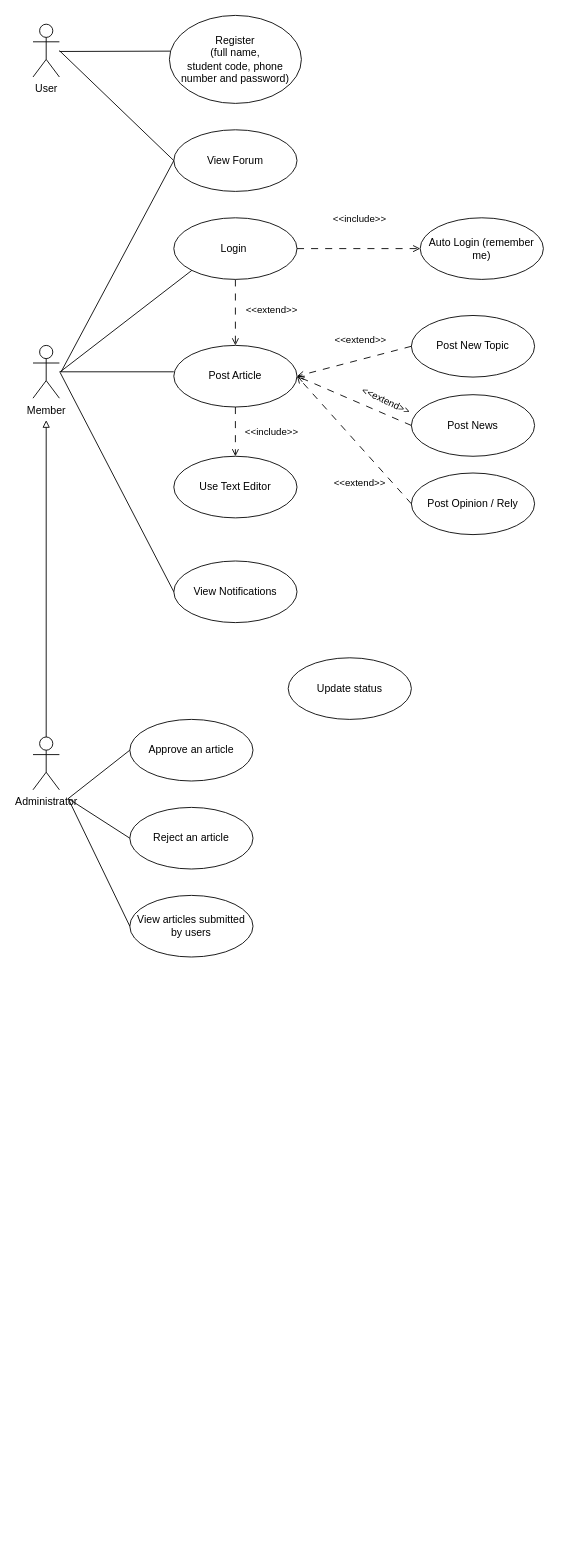
This is Lab1_UseCase_diagram.drawio from zombieTDV/Software-Engineer-Team1-Repo, a draw.io file, before an edit. Source tidied: cells renumbered, new cells numbered last; positions are measured from the earlier drawing's top-left corner, leaving out a move shared by most shapes. Both pictures are drawn from the tidied source at 88%, with x=0, y=0 at pixel (33, 15).
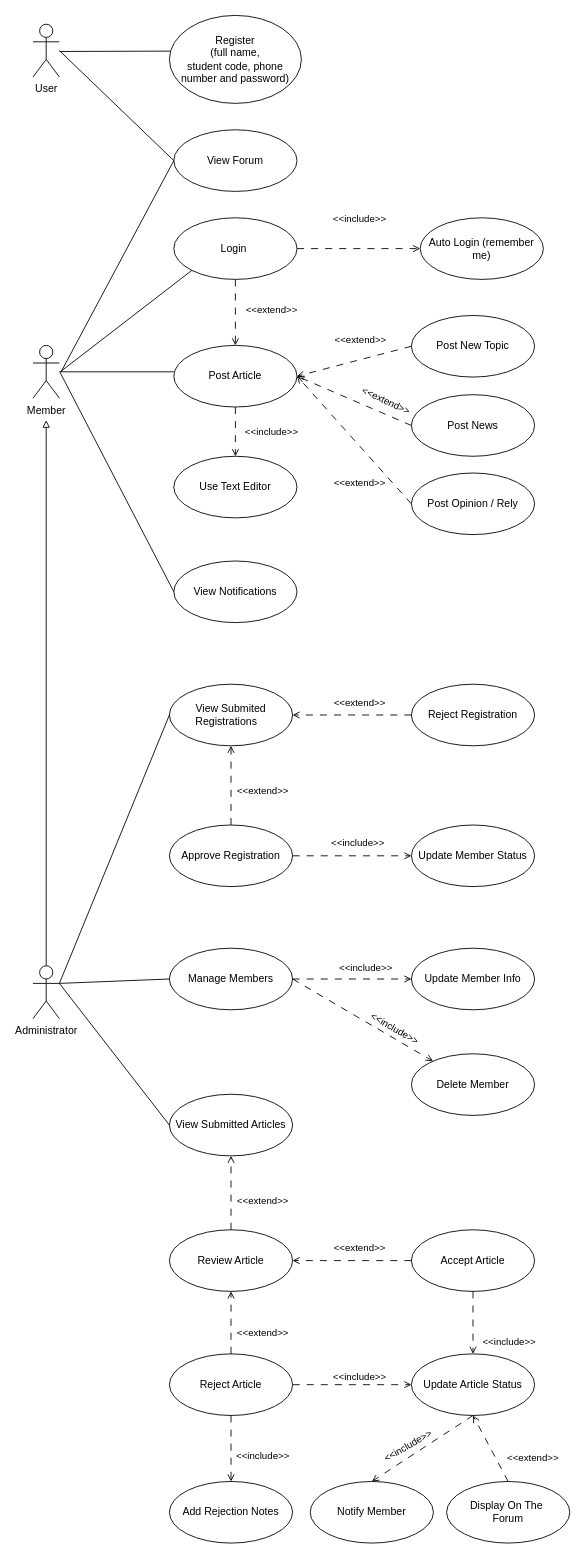
The same diagram, later.

Commit message (it also covers changes not shown here):
feat (Admin): View Submited Registrations, Manage Members, View Submitted Articles

The edit, as a diff of the source:
```diff
@@
     <mxCell id="14" value="Administrator" style="shape=umlActor;verticalLabelPosition=bottom;verticalAlign=top;html=1;" parent="1" vertex="1">
-      <mxGeometry y="820" width="30" height="60" as="geometry" />
+      <mxGeometry y="1080" width="30" height="60" as="geometry" />
     </mxCell>
-    <mxCell id="15" value="Approve an article" style="ellipse;whiteSpace=wrap;html=1;" parent="1" vertex="1">
-      <mxGeometry x="110" y="800" width="140" height="70" as="geometry" />
-    </mxCell>
-    <mxCell id="16" value="Reject an article" style="ellipse;whiteSpace=wrap;html=1;" parent="1" vertex="1">
-      <mxGeometry x="110" y="900" width="140" height="70" as="geometry" />
-    </mxCell>
-    <mxCell id="17" style="endArrow=none;html=1;rounded=0;entryX=0;entryY=0.5;entryDx=0;entryDy=0;" parent="1" edge="1" target="16">
-      <mxGeometry relative="1" as="geometry">
-        <mxPoint x="40" y="890" as="sourcePoint" />
-      </mxGeometry>
-    </mxCell>
-    <mxCell id="18" value="View articles submitted by users" style="ellipse;whiteSpace=wrap;html=1;" parent="1" vertex="1">
-      <mxGeometry x="110" y="1000" width="140" height="70" as="geometry" />
+    <mxCell id="18" value="View Submitted Articles" style="ellipse;whiteSpace=wrap;html=1;" parent="1" vertex="1">
+      <mxGeometry x="155" y="1226" width="140" height="70" as="geometry" />
     </mxCell>
-    <mxCell id="19" style="endArrow=none;html=1;rounded=0;entryX=0;entryY=0.5;entryDx=0;entryDy=0;" parent="1" edge="1" target="15">
-      <mxGeometry relative="1" as="geometry">
-        <mxPoint x="40" y="890" as="sourcePoint" />
-      </mxGeometry>
-    </mxCell>
-    <mxCell id="20" value="Update status" style="ellipse;whiteSpace=wrap;html=1;" parent="1" vertex="1">
-      <mxGeometry x="290" y="730" width="140" height="70" as="geometry" />
+    <mxCell id="20" value="Update Member Status" style="ellipse;whiteSpace=wrap;html=1;" parent="1" vertex="1">
+      <mxGeometry x="430" y="920" width="140" height="70" as="geometry" />
     </mxCell>
-    <mxCell id="21" style="endArrow=none;html=1;rounded=0;entryX=0;entryY=0.5;entryDx=0;entryDy=0;" parent="1" edge="1">
-      <mxGeometry relative="1" as="geometry">
-        <mxPoint x="40" y="890" as="sourcePoint" />
-        <mxPoint x="110" y="1035" as="targetPoint" />
-      </mxGeometry>
-    </mxCell>
@@
+    <mxCell id="41" value="Approve Registration" style="ellipse;whiteSpace=wrap;html=1;" parent="1" vertex="1">
+      <mxGeometry x="155" y="920" width="140" height="70" as="geometry" />
+    </mxCell>
+    <mxCell id="42" value="Reject Registration" style="ellipse;whiteSpace=wrap;html=1;" parent="1" vertex="1">
+      <mxGeometry x="430" y="760" width="140" height="70" as="geometry" />
+    </mxCell>
+    <mxCell id="43" style="rounded=0;jettySize=auto;html=1;dashed=1;dashPattern=8 8;endArrow=open;endFill=0;entryX=0;entryY=0.5;entryDx=0;entryDy=0;exitX=1;exitY=0.5;exitDx=0;exitDy=0;" parent="1" edge="1" source="41" target="20">
+      <mxGeometry relative="1" as="geometry" />
+    </mxCell>
+    <mxCell id="44" value="&amp;lt;&amp;lt;include&amp;gt;&amp;gt;" style="edgeLabel;html=1;align=center;verticalAlign=middle;" parent="43" vertex="1">
+      <mxGeometry x="-0.05" y="1" relative="1" as="geometry">
+        <mxPoint x="9" y="-15" as="offset" />
+      </mxGeometry>
+    </mxCell>
+    <mxCell id="45" value="Delete Member" style="ellipse;whiteSpace=wrap;html=1;" parent="1" vertex="1">
+      <mxGeometry x="430" y="1180" width="140" height="70" as="geometry" />
+    </mxCell>
+    <mxCell id="46" value="Update Member Info" style="ellipse;whiteSpace=wrap;html=1;" parent="1" vertex="1">
+      <mxGeometry x="430" y="1060" width="140" height="70" as="geometry" />
+    </mxCell>
+    <mxCell id="47" value="Manage Members" style="ellipse;whiteSpace=wrap;html=1;" parent="1" vertex="1">
+      <mxGeometry x="155" y="1060" width="140" height="70" as="geometry" />
+    </mxCell>
+    <mxCell id="48" style="rounded=0;jettySize=auto;html=1;dashed=1;dashPattern=8 8;endArrow=open;endFill=0;exitX=1;exitY=0.5;exitDx=0;exitDy=0;entryX=0;entryY=0.5;entryDx=0;entryDy=0;" parent="1" edge="1" source="47" target="46">
+      <mxGeometry relative="1" as="geometry" />
+    </mxCell>
+    <mxCell id="49" value="&amp;lt;&amp;lt;include&amp;gt;&amp;gt;" style="edgeLabel;html=1;align=center;verticalAlign=middle;" parent="48" vertex="1">
+      <mxGeometry x="-0.05" y="1" relative="1" as="geometry">
+        <mxPoint x="18" y="-13" as="offset" />
+      </mxGeometry>
+    </mxCell>
+    <mxCell id="50" style="rounded=0;jettySize=auto;html=1;dashed=1;dashPattern=8 8;endArrow=open;endFill=0;exitX=1;exitY=0.5;exitDx=0;exitDy=0;" parent="1" edge="1" source="47" target="45">
+      <mxGeometry relative="1" as="geometry" />
+    </mxCell>
+    <mxCell id="51" value="&amp;lt;&amp;lt;include&amp;gt;&amp;gt;" style="edgeLabel;html=1;align=center;verticalAlign=middle;rotation=30;" parent="50" vertex="1">
+      <mxGeometry x="-0.05" y="1" relative="1" as="geometry">
+        <mxPoint x="39" y="12" as="offset" />
+      </mxGeometry>
+    </mxCell>
+    <mxCell id="52" value="Review Article" style="ellipse;whiteSpace=wrap;html=1;" parent="1" vertex="1">
+      <mxGeometry x="155" y="1380" width="140" height="70" as="geometry" />
+    </mxCell>
+    <mxCell id="53" value="Accept Article" style="ellipse;whiteSpace=wrap;html=1;" parent="1" vertex="1">
+      <mxGeometry x="430" y="1380" width="140" height="70" as="geometry" />
+    </mxCell>
+    <mxCell id="54" value="Reject Article" style="ellipse;whiteSpace=wrap;html=1;" parent="1" vertex="1">
+      <mxGeometry x="155" y="1521" width="140" height="70" as="geometry" />
+    </mxCell>
+    <mxCell id="55" style="rounded=0;jettySize=auto;html=1;dashed=1;dashPattern=8 8;endArrow=open;endFill=0;entryX=1;entryY=0.5;entryDx=0;entryDy=0;exitX=0;exitY=0.5;exitDx=0;exitDy=0;" parent="1" edge="1" source="53" target="52">
+      <mxGeometry relative="1" as="geometry" />
+    </mxCell>
+    <mxCell id="56" style="rounded=0;jettySize=auto;html=1;dashed=1;dashPattern=8 8;endArrow=open;endFill=0;entryX=0.5;entryY=1;entryDx=0;entryDy=0;" parent="1" edge="1" source="54" target="52">
+      <mxGeometry relative="1" as="geometry" />
+    </mxCell>
+    <mxCell id="57" value="&amp;lt;&amp;lt;extend&amp;gt;&amp;gt;" style="edgeLabel;html=1;align=center;verticalAlign=middle;rotation=0;" parent="1" vertex="1">
+      <mxGeometry x="370" y="1400" as="geometry" />
+    </mxCell>
+    <mxCell id="58" value="&amp;lt;&amp;lt;extend&amp;gt;&amp;gt;" style="edgeLabel;html=1;align=center;verticalAlign=middle;rotation=0;" parent="1" vertex="1">
+      <mxGeometry x="260" y="1496" as="geometry" />
+    </mxCell>
+    <mxCell id="59" value="Add Rejection Notes" style="ellipse;whiteSpace=wrap;html=1;" parent="1" vertex="1">
+      <mxGeometry x="155" y="1666" width="140" height="70" as="geometry" />
+    </mxCell>
+    <mxCell id="60" style="rounded=0;jettySize=auto;html=1;dashed=1;dashPattern=8 8;endArrow=open;endFill=0;exitX=0.5;exitY=1;exitDx=0;exitDy=0;entryX=0.5;entryY=0;entryDx=0;entryDy=0;" parent="1" edge="1" source="54" target="59">
+      <mxGeometry relative="1" as="geometry" />
+    </mxCell>
+    <mxCell id="61" value="&amp;lt;&amp;lt;include&amp;gt;&amp;gt;" style="edgeLabel;html=1;align=center;verticalAlign=middle;" parent="1" vertex="1">
+      <mxGeometry x="260" y="1636" as="geometry" />
+    </mxCell>
+    <mxCell id="62" value="Notify Member" style="ellipse;whiteSpace=wrap;html=1;" parent="1" vertex="1">
+      <mxGeometry x="315" y="1666" width="140" height="70" as="geometry" />
+    </mxCell>
+    <mxCell id="63" value="Update Article Status" style="ellipse;whiteSpace=wrap;html=1;" parent="1" vertex="1">
+      <mxGeometry x="430" y="1521" width="140" height="70" as="geometry" />
+    </mxCell>
+    <mxCell id="64" style="rounded=0;jettySize=auto;html=1;dashed=1;dashPattern=8 8;endArrow=open;endFill=0;exitX=0.5;exitY=1;exitDx=0;exitDy=0;" parent="1" edge="1" source="53" target="63">
+      <mxGeometry relative="1" as="geometry" />
+    </mxCell>
+    <mxCell id="65" style="rounded=0;jettySize=auto;html=1;dashed=1;dashPattern=8 8;endArrow=open;endFill=0;exitX=1;exitY=0.5;exitDx=0;exitDy=0;" parent="1" edge="1" source="54" target="63">
+      <mxGeometry relative="1" as="geometry" />
+    </mxCell>
+    <mxCell id="66" value="&amp;lt;&amp;lt;include&amp;gt;&amp;gt;" style="edgeLabel;html=1;align=center;verticalAlign=middle;rotation=0;" parent="1" vertex="1">
+      <mxGeometry x="370" y="1546" as="geometry" />
+    </mxCell>
+    <mxCell id="67" value="&amp;lt;&amp;lt;include&amp;gt;&amp;gt;" style="edgeLabel;html=1;align=center;verticalAlign=middle;" parent="1" vertex="1">
+      <mxGeometry x="540" y="1506" as="geometry" />
+    </mxCell>
+    <mxCell id="68" value="Display On The&amp;nbsp;&lt;div&gt;Forum&lt;/div&gt;" style="ellipse;whiteSpace=wrap;html=1;" parent="1" vertex="1">
+      <mxGeometry x="470" y="1666" width="140" height="70" as="geometry" />
+    </mxCell>
+    <mxCell id="69" value="&amp;lt;&amp;lt;extend&amp;gt;&amp;gt;" style="edgeLabel;html=1;align=center;verticalAlign=middle;" parent="1" vertex="1">
+      <mxGeometry x="555" y="1636" as="geometry">
+        <mxPoint x="12" y="2" as="offset" />
+      </mxGeometry>
+    </mxCell>
+    <mxCell id="70" style="rounded=0;jettySize=auto;html=1;dashed=1;dashPattern=8 8;endArrow=open;endFill=0;exitX=0.5;exitY=0;exitDx=0;exitDy=0;entryX=0.5;entryY=1;entryDx=0;entryDy=0;" parent="1" edge="1" source="68" target="63">
+      <mxGeometry relative="1" as="geometry" />
+    </mxCell>
+    <mxCell id="71" style="rounded=0;jettySize=auto;html=1;dashed=1;dashPattern=8 8;endArrow=open;endFill=0;exitX=0.5;exitY=1;exitDx=0;exitDy=0;entryX=0.5;entryY=0;entryDx=0;entryDy=0;" parent="1" edge="1" source="63" target="62">
+      <mxGeometry relative="1" as="geometry" />
+    </mxCell>
+    <mxCell id="72" value="&amp;lt;&amp;lt;include&amp;gt;&amp;gt;" style="edgeLabel;html=1;align=center;verticalAlign=middle;rotation=-30;" parent="1" vertex="1">
+      <mxGeometry x="425" y="1626" as="geometry" />
+    </mxCell>
+    <mxCell id="73" style="endArrow=none;html=1;rounded=0;entryX=0;entryY=0.5;entryDx=0;entryDy=0;exitX=1;exitY=0.3333333333333333;exitDx=0;exitDy=0;exitPerimeter=0;" parent="1" edge="1" source="14" target="77">
+      <mxGeometry relative="1" as="geometry" />
+    </mxCell>
+    <mxCell id="74" style="endArrow=none;html=1;rounded=0;entryX=0;entryY=0.5;entryDx=0;entryDy=0;exitX=1;exitY=0.3333333333333333;exitDx=0;exitDy=0;exitPerimeter=0;" parent="1" edge="1" source="14" target="18">
+      <mxGeometry relative="1" as="geometry" />
+    </mxCell>
+    <mxCell id="75" style="rounded=0;jettySize=auto;html=1;dashed=1;dashPattern=8 8;endArrow=open;endFill=0;entryX=0.5;entryY=1;entryDx=0;entryDy=0;" parent="1" edge="1" source="52" target="18">
+      <mxGeometry relative="1" as="geometry" />
+    </mxCell>
+    <mxCell id="76" value="&amp;lt;&amp;lt;extend&amp;gt;&amp;gt;" style="edgeLabel;html=1;align=center;verticalAlign=middle;rotation=0;" parent="1" vertex="1">
+      <mxGeometry x="260" y="1346" as="geometry" />
+    </mxCell>
+    <mxCell id="77" value="View Submited Registrations&lt;span style=&quot;white-space: pre;&quot;&gt;&#9;&lt;/span&gt;" style="ellipse;whiteSpace=wrap;html=1;" parent="1" vertex="1">
+      <mxGeometry x="155" y="760" width="140" height="70" as="geometry" />
+    </mxCell>
+    <mxCell id="78" style="rounded=0;jettySize=auto;html=1;dashed=1;dashPattern=8 8;endArrow=open;endFill=0;exitX=0.5;exitY=0;exitDx=0;exitDy=0;entryX=0.5;entryY=1;entryDx=0;entryDy=0;" parent="1" edge="1" source="41" target="77">
+      <mxGeometry relative="1" as="geometry" />
+    </mxCell>
+    <mxCell id="79" style="rounded=0;jettySize=auto;html=1;dashed=1;dashPattern=8 8;endArrow=open;endFill=0;entryX=1;entryY=0.5;entryDx=0;entryDy=0;exitX=0;exitY=0.5;exitDx=0;exitDy=0;" parent="1" edge="1" source="42" target="77">
+      <mxGeometry relative="1" as="geometry" />
+    </mxCell>
+    <mxCell id="80" value="&amp;lt;&amp;lt;extend&amp;gt;&amp;gt;" style="edgeLabel;html=1;align=center;verticalAlign=middle;rotation=0;" parent="1" vertex="1">
+      <mxGeometry x="370" y="780" as="geometry" />
+    </mxCell>
+    <mxCell id="81" style="endArrow=none;html=1;rounded=0;entryX=0;entryY=0.5;entryDx=0;entryDy=0;exitX=1;exitY=0.3333333333333333;exitDx=0;exitDy=0;exitPerimeter=0;" parent="1" edge="1" source="14" target="47">
+      <mxGeometry relative="1" as="geometry" />
+    </mxCell>
+    <mxCell id="82" value="&amp;lt;&amp;lt;extend&amp;gt;&amp;gt;" style="edgeLabel;html=1;align=center;verticalAlign=middle;rotation=0;" parent="1" vertex="1">
+      <mxGeometry x="260" y="880" as="geometry" />
+    </mxCell>
```
